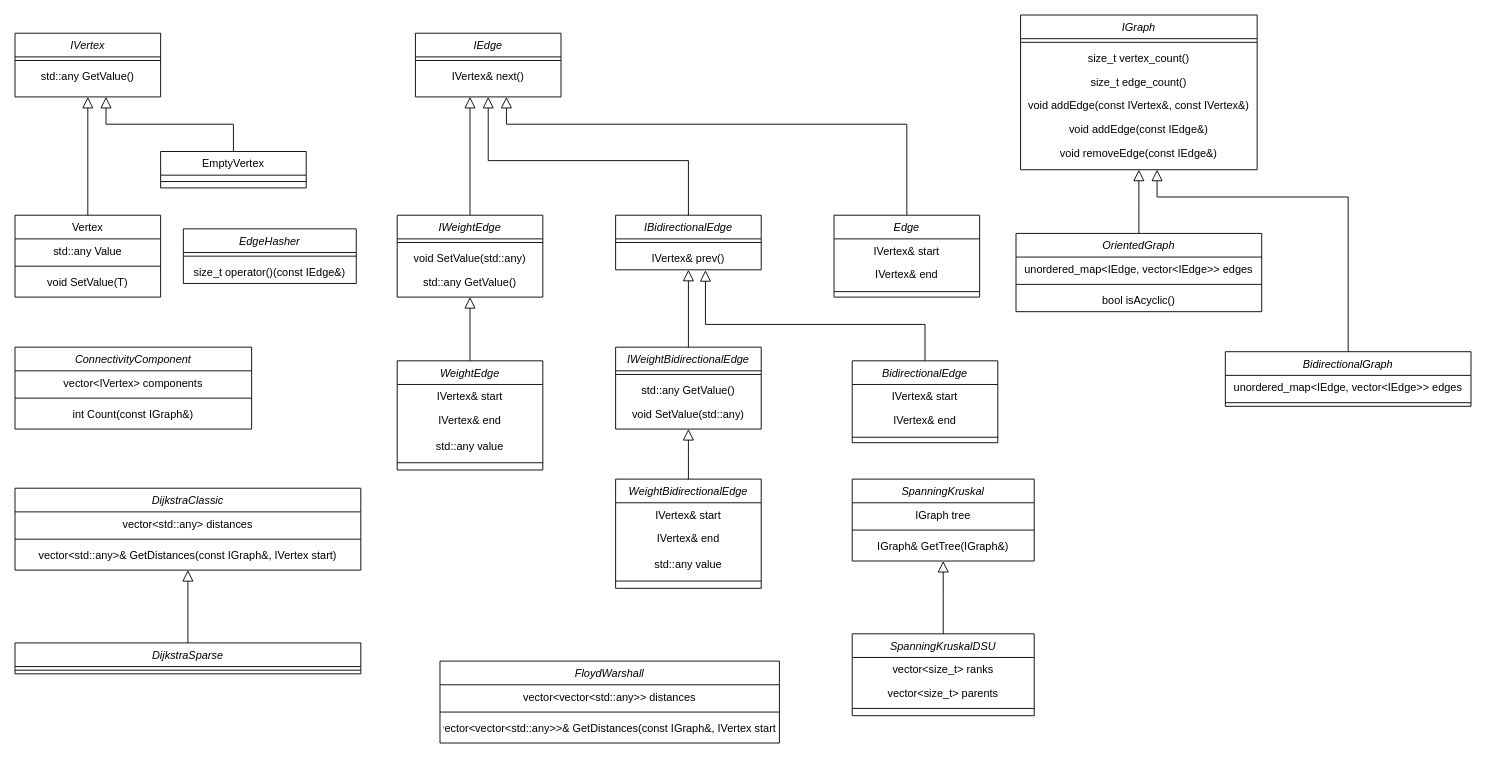
VadVergasov/Graph-DLL keeps this draw.io diagram as page "ClassDiagram" (1 of 2) of Diagrams.drawio. Above is the earlier version. Source tidied: cells renumbered, new cells numbered last; positions are measured from the earlier drawing's top-left corner, leaving out a move shared by most shapes. Both pictures are drawn from the tidied source at 91%, with x=0, y=0 at pixel (15, 15).
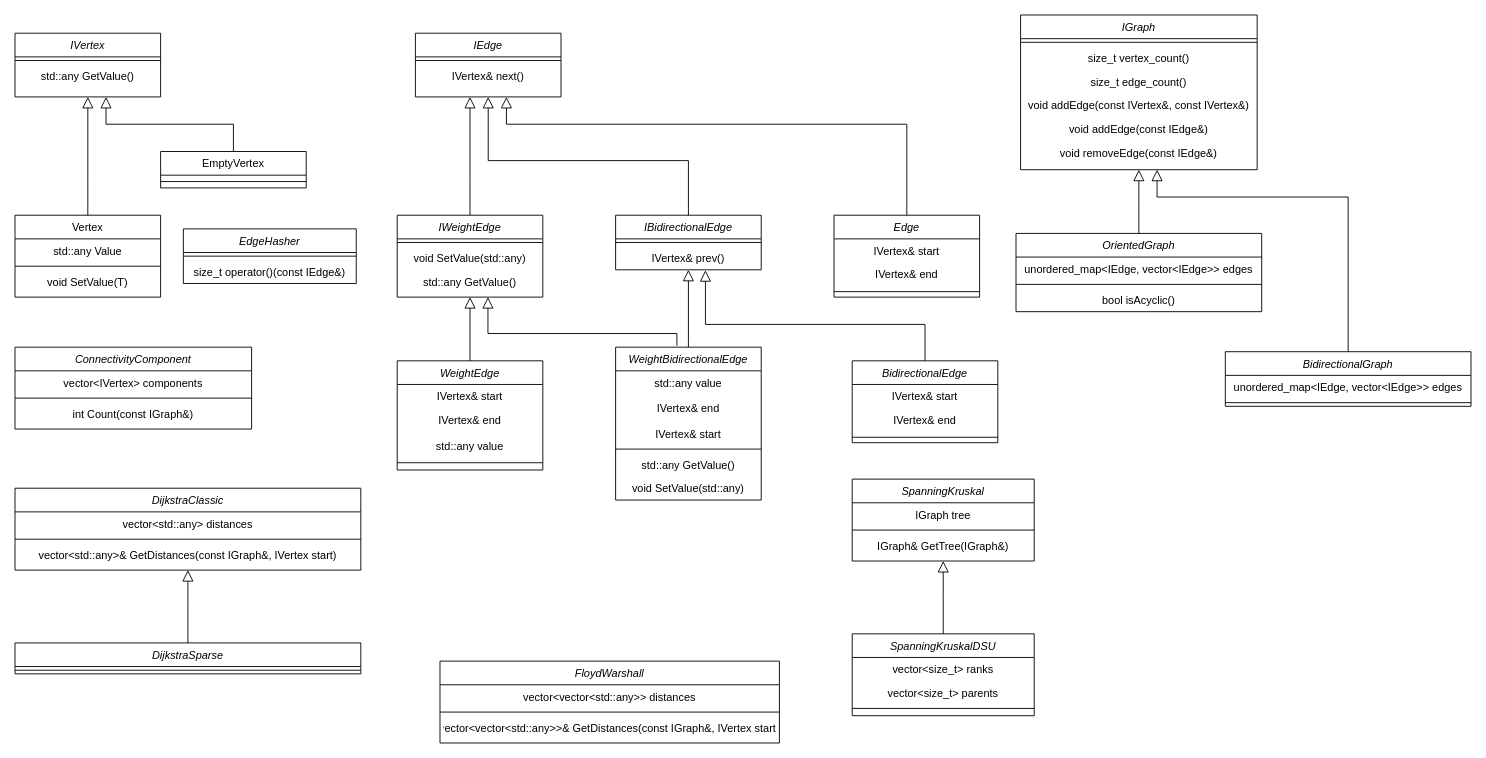
The same page after the edit.

The edit, as a diff of the source:
```diff
@@
-    <mxCell id="22" value="IWeightBidirectionalEdge" style="swimlane;fontStyle=2;align=center;verticalAlign=top;horizontal=1;startSize=26;rounded=0;shadow=0;strokeWidth=1;" parent="1" vertex="1">
-      <mxGeometry x="660" y="365" width="160" height="90" as="geometry" />
+    <mxCell id="22" value="WeightBidirectionalEdge" style="swimlane;fontStyle=2;align=center;verticalAlign=top;horizontal=1;startSize=26;rounded=0;shadow=0;strokeWidth=1;" parent="1" vertex="1">
+      <mxGeometry x="660" y="365" width="160" height="168" as="geometry" />
     </mxCell>
+    <mxCell id="46" value="std::any value" style="text;align=center;verticalAlign=top;spacingLeft=4;spacingRight=4;overflow=hidden;" parent="22" vertex="1">
+      <mxGeometry y="26" width="160" height="28" as="geometry" />
+    </mxCell>
+    <mxCell id="45" value="IVertex&amp; end" style="text;align=center;verticalAlign=top;spacingLeft=4;spacingRight=4;overflow=hidden;" parent="22" vertex="1">
+      <mxGeometry y="54" width="160" height="28" as="geometry" />
+    </mxCell>
+    <mxCell id="44" value="IVertex&amp; start" style="text;align=center;verticalAlign=top;spacingLeft=4;spacingRight=4;overflow=hidden;" parent="22" vertex="1">
+      <mxGeometry y="82" width="160" height="26" as="geometry" />
+    </mxCell>
     <mxCell id="23" style="line;html=1;strokeWidth=1;align=center;verticalAlign=middle;spacingTop=-1;spacingLeft=3;spacingRight=3;labelPosition=right;" parent="22" vertex="1">
-      <mxGeometry y="26" width="160" height="8" as="geometry" />
+      <mxGeometry y="108" width="160" height="8" as="geometry" />
     </mxCell>
     <mxCell id="24" value="std::any GetValue()" style="text;align=center;verticalAlign=top;spacingLeft=4;spacingRight=4;overflow=hidden;" parent="22" vertex="1">
-      <mxGeometry y="34" width="160" height="26" as="geometry" />
+      <mxGeometry y="116" width="160" height="26" as="geometry" />
     </mxCell>
     <mxCell id="25" value="void SetValue(std::any)" style="text;align=center;verticalAlign=top;spacingLeft=4;spacingRight=4;overflow=hidden;" parent="22" vertex="1">
-      <mxGeometry y="60" width="160" height="26" as="geometry" />
+      <mxGeometry y="142" width="160" height="26" as="geometry" />
     </mxCell>
@@
-    <mxCell id="43" value="WeightBidirectionalEdge" style="swimlane;fontStyle=2;align=center;verticalAlign=top;horizontal=1;startSize=26;rounded=0;shadow=0;strokeWidth=1;" parent="1" vertex="1">
-      <mxGeometry x="660" y="510" width="160" height="120" as="geometry" />
-    </mxCell>
-    <mxCell id="44" value="IVertex&amp; start" style="text;align=center;verticalAlign=top;spacingLeft=4;spacingRight=4;overflow=hidden;" parent="43" vertex="1">
-      <mxGeometry y="26" width="160" height="26" as="geometry" />
-    </mxCell>
-    <mxCell id="45" value="IVertex&amp; end" style="text;align=center;verticalAlign=top;spacingLeft=4;spacingRight=4;overflow=hidden;" parent="43" vertex="1">
-      <mxGeometry y="52" width="160" height="28" as="geometry" />
-    </mxCell>
-    <mxCell id="46" value="std::any value" style="text;align=center;verticalAlign=top;spacingLeft=4;spacingRight=4;overflow=hidden;" parent="43" vertex="1">
-      <mxGeometry y="80" width="160" height="28" as="geometry" />
-    </mxCell>
-    <mxCell id="47" style="line;html=1;strokeWidth=1;align=center;verticalAlign=middle;spacingTop=-1;spacingLeft=3;spacingRight=3;labelPosition=right;" parent="43" vertex="1">
-      <mxGeometry y="108" width="160" height="8" as="geometry" />
-    </mxCell>
-    <mxCell id="48" style="endArrow=block;endSize=10;endFill=0;shadow=0;strokeWidth=1;rounded=0;edgeStyle=elbowEdgeStyle;elbow=vertical;exitX=0.5;exitY=0;exitDx=0;exitDy=0;entryX=0.5;entryY=1;entryDx=0;entryDy=0;align=center;" parent="1" edge="1" source="43" target="22">
-      <mxGeometry relative="1" as="geometry" />
-    </mxCell>
@@
+    <mxCell id="95" style="endArrow=block;endSize=10;endFill=0;shadow=0;strokeWidth=1;rounded=0;edgeStyle=elbowEdgeStyle;elbow=vertical;exitX=0.421;exitY=-0.01;exitDx=0;exitDy=0;align=center;exitPerimeter=0;" parent="1" edge="1" source="22">
+      <mxGeometry relative="1" as="geometry">
+        <mxPoint x="519.7" y="310" as="targetPoint" />
+        <Array as="points">
+          <mxPoint x="620" y="350" />
+        </Array>
+      </mxGeometry>
+    </mxCell>
```
